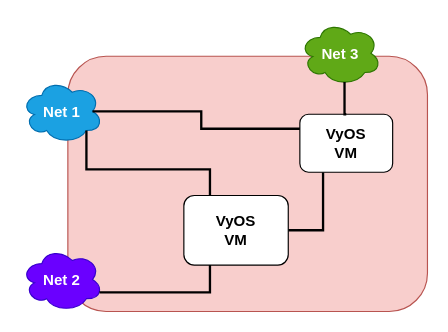
The draw.io diagram page "NFVCL-example-NS2" (8 of 13) of docs/diagrams/NVFCL-diagrams.drawio in s2n-cnit/nfvcl-ng, before the edit. Source tidied: cells renumbered, new cells numbered last; positions are measured from the earlier drawing's top-left corner, leaving out a move shared by most shapes. Both pictures are drawn from the tidied source at 116%, with x=0, y=0 at pixel (21, 21).
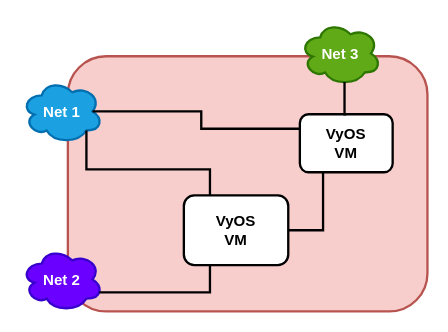
The same page after the edit.

Diff of the diagram source:
```diff
@@
 <mxGraphModel>
   <root>
     <mxCell id="0" />
     <mxCell id="1" parent="0" />
-    <mxCell id="2" style="rounded=1;whiteSpace=wrap;html=1;fillColor=#f8cecc;strokeColor=#b85450;fontStyle=1;fontSize=13;" parent="1" vertex="1">
+    <mxCell id="2" style="rounded=1;whiteSpace=wrap;html=1;fillColor=#f8cecc;strokeColor=#b85450;fontStyle=1;fontSize=13;strokeWidth=2;" parent="1" vertex="1">
       <mxGeometry x="40" y="30" width="310" height="220" as="geometry" />
     </mxCell>
-    <mxCell id="3" value="Net 1" style="ellipse;shape=cloud;whiteSpace=wrap;html=1;fontStyle=1;fontSize=13;fillColor=#1ba1e2;fontColor=#ffffff;strokeColor=#006EAF;" parent="1" vertex="1">
+    <mxCell id="3" value="Net 1" style="ellipse;shape=cloud;whiteSpace=wrap;html=1;fontStyle=1;fontSize=13;fillColor=#1ba1e2;fontColor=#ffffff;strokeColor=#006EAF;strokeWidth=2;" parent="1" vertex="1">
       <mxGeometry y="50" width="70" height="55" as="geometry" />
     </mxCell>
     <mxCell id="4" style="edgeStyle=orthogonalEdgeStyle;rounded=0;jettySize=auto;html=1;exitX=0.25;exitY=1;exitDx=0;exitDy=0;entryX=1;entryY=0.5;entryDx=0;entryDy=0;strokeWidth=2;endArrow=none;endFill=0;fontStyle=1;fontSize=13;" parent="1" edge="1" source="5" target="6">
       <mxGeometry relative="1" as="geometry" />
     </mxCell>
-    <mxCell id="5" value="VyOS&lt;div style=&quot;font-size: 13px;&quot;&gt;VM&lt;/div&gt;" style="rounded=1;whiteSpace=wrap;html=1;fontStyle=1;fontSize=13;" parent="1" vertex="1">
+    <mxCell id="5" value="VyOS&lt;div style=&quot;font-size: 13px;&quot;&gt;VM&lt;/div&gt;" style="rounded=1;whiteSpace=wrap;html=1;fontStyle=1;fontSize=13;strokeWidth=2;" parent="1" vertex="1">
       <mxGeometry x="240" y="80" width="80" height="50" as="geometry" />
     </mxCell>
-    <mxCell id="6" value="VyOS&lt;div style=&quot;font-size: 13px;&quot;&gt;VM&lt;/div&gt;" style="rounded=1;whiteSpace=wrap;html=1;fontStyle=1;fontSize=13;" parent="1" vertex="1">
+    <mxCell id="6" value="VyOS&lt;div style=&quot;font-size: 13px;&quot;&gt;VM&lt;/div&gt;" style="rounded=1;whiteSpace=wrap;html=1;fontStyle=1;fontSize=13;strokeWidth=2;" parent="1" vertex="1">
       <mxGeometry x="140" y="150" width="90" height="60" as="geometry" />
     </mxCell>
-    <mxCell id="7" value="Net 2" style="ellipse;shape=cloud;whiteSpace=wrap;html=1;fontStyle=1;fontSize=13;fillColor=#6a00ff;fontColor=#ffffff;strokeColor=#3700CC;" parent="1" vertex="1">
+    <mxCell id="7" value="Net 2" style="ellipse;shape=cloud;whiteSpace=wrap;html=1;fontStyle=1;fontSize=13;fillColor=#6a00ff;fontColor=#ffffff;strokeColor=#3700CC;strokeWidth=2;" parent="1" vertex="1">
       <mxGeometry y="195" width="70" height="55" as="geometry" />
     </mxCell>
-    <mxCell id="8" value="Net 3" style="ellipse;shape=cloud;whiteSpace=wrap;html=1;fontStyle=1;fontSize=13;fillColor=#60a917;strokeColor=#2D7600;fontColor=#ffffff;" parent="1" vertex="1">
+    <mxCell id="8" value="Net 3" style="ellipse;shape=cloud;whiteSpace=wrap;html=1;fontStyle=1;fontSize=13;fillColor=#60a917;strokeColor=#2D7600;fontColor=#ffffff;strokeWidth=2;" parent="1" vertex="1">
       <mxGeometry x="240" width="70" height="55" as="geometry" />
     </mxCell>
     <mxCell id="9" style="edgeStyle=orthogonalEdgeStyle;rounded=0;jettySize=auto;html=1;exitX=0.5;exitY=0;exitDx=0;exitDy=0;entryX=0.55;entryY=0.95;entryDx=0;entryDy=0;entryPerimeter=0;strokeWidth=2;endArrow=none;endFill=0;fontStyle=1;fontSize=13;" parent="1" edge="1" source="5" target="8">
       <mxGeometry relative="1" as="geometry" />
     </mxCell>
     <mxCell id="10" style="edgeStyle=orthogonalEdgeStyle;rounded=0;jettySize=auto;html=1;exitX=0;exitY=0.25;exitDx=0;exitDy=0;entryX=0.875;entryY=0.5;entryDx=0;entryDy=0;entryPerimeter=0;strokeWidth=2;endArrow=none;endFill=0;fontStyle=1;fontSize=13;" parent="1" edge="1" source="5" target="3">
       <mxGeometry relative="1" as="geometry" />
     </mxCell>
     <mxCell id="11" style="edgeStyle=orthogonalEdgeStyle;rounded=0;jettySize=auto;html=1;exitX=0.25;exitY=0;exitDx=0;exitDy=0;entryX=0.8;entryY=0.8;entryDx=0;entryDy=0;entryPerimeter=0;strokeWidth=2;endArrow=none;endFill=0;fontStyle=1;fontSize=13;" parent="1" edge="1" source="6" target="3">
       <mxGeometry relative="1" as="geometry" />
     </mxCell>
     <mxCell id="12" style="edgeStyle=orthogonalEdgeStyle;rounded=0;jettySize=auto;html=1;exitX=0.25;exitY=1;exitDx=0;exitDy=0;entryX=0.96;entryY=0.7;entryDx=0;entryDy=0;entryPerimeter=0;strokeWidth=2;endArrow=none;endFill=0;fontStyle=1;fontSize=13;" parent="1" edge="1" source="6" target="7">
       <mxGeometry relative="1" as="geometry" />
     </mxCell>
   </root>
 </mxGraphModel>
```
